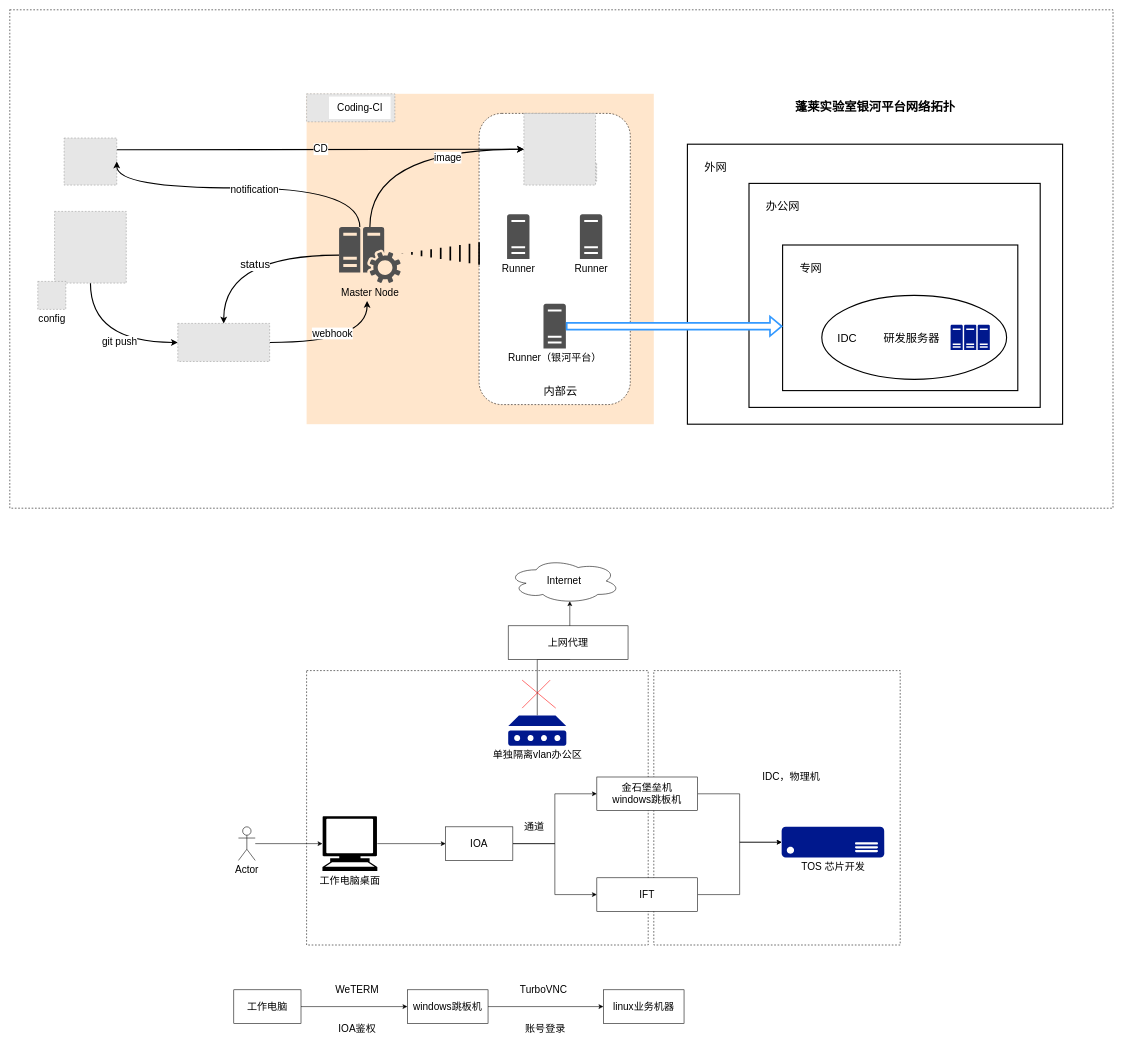
This is page "Page-2" (2 of 3) of draft/eda-devops/devops.drawio from mattshhuang/draw-io, a draw.io file, before an edit. Source tidied: cells renumbered, new cells numbered last; positions are measured from the earlier drawing's top-left corner, leaving out a move shared by most shapes. Both pictures are drawn from the tidied source at 56%, with x=0, y=0 at pixel (10, 10). Pictures stored in the file or linked from it are replaced by grey dashed boxes.
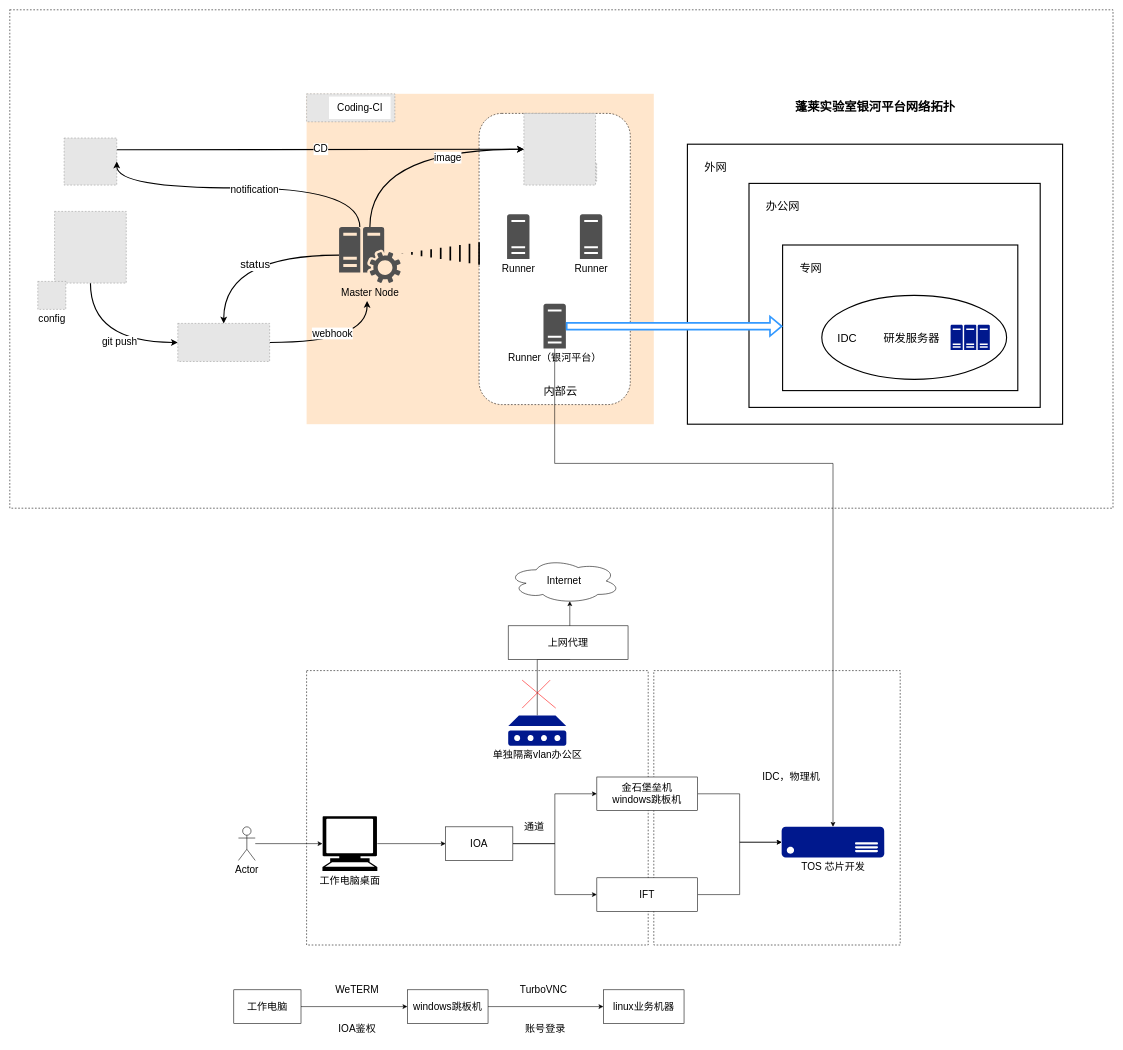
The same diagram, later.

Unchanged cells that the change refers to:
```xml
<mxCell id="12" value="&lt;font style=&quot;font-size: 18px;&quot;&gt;Runner（银河平台）&lt;/font&gt;" style="sketch=0;shadow=0;dashed=0;html=1;strokeColor=none;fillColor=#505050;labelPosition=center;verticalLabelPosition=bottom;verticalAlign=top;outlineConnect=0;align=center;shape=mxgraph.office.servers.server_generic;fontSize=16;" parent="6" vertex="1">
  <mxGeometry x="115" y="340" width="40" height="80" as="geometry" />
</mxCell>
<mxCell id="55" value="&lt;font style=&quot;font-size: 18px;&quot;&gt;TOS 芯片开发&lt;/font&gt;" style="sketch=0;shadow=0;dashed=0;html=1;strokeColor=none;labelPosition=center;verticalLabelPosition=bottom;verticalAlign=top;align=center;fillColor=#00188D;shape=mxgraph.azure.server;" parent="1" vertex="1">
  <mxGeometry x="1378.3" y="1459" width="183.3" height="55" as="geometry" />
</mxCell>
```

The edit, as a diff of the source:
```diff
@@
+    <mxCell id="76" style="edgeStyle=orthogonalEdgeStyle;rounded=0;jettySize=auto;html=1;" parent="1" edge="1" source="12" target="55">
+      <mxGeometry relative="1" as="geometry">
+        <Array as="points">
+          <mxPoint x="973" y="810" />
+          <mxPoint x="1470" y="810" />
+        </Array>
+      </mxGeometry>
+    </mxCell>
```
